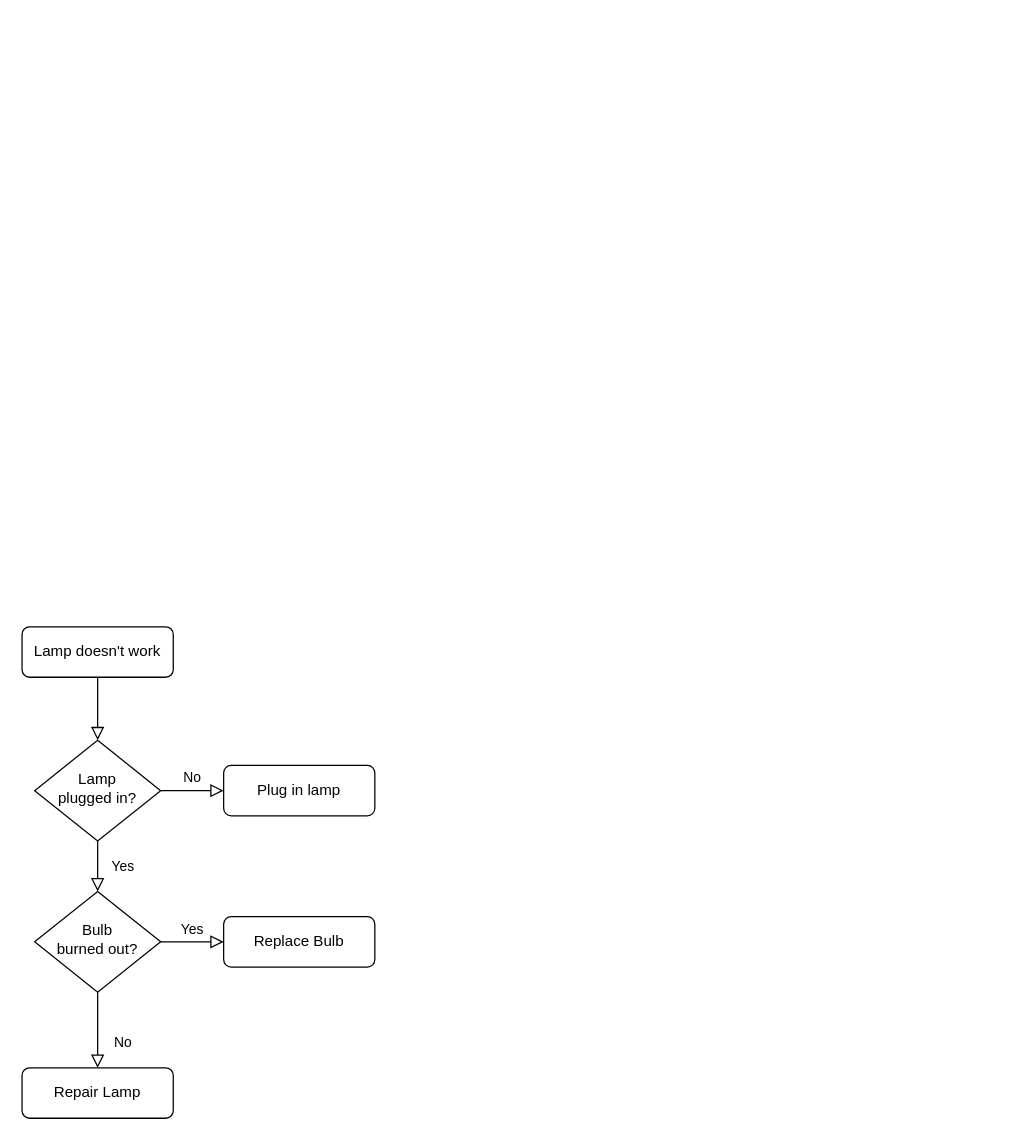
The draw.io diagram 红壹-V0.4.4-外协质检.drawio in 171437912/drawfiles, before the edit. Source tidied: cells renumbered, new cells numbered last; positions are measured from the earlier drawing's top-left corner, leaving out a move shared by most shapes. Both pictures are drawn from the tidied source at 126%, with x=0, y=0 at pixel (21, 626).
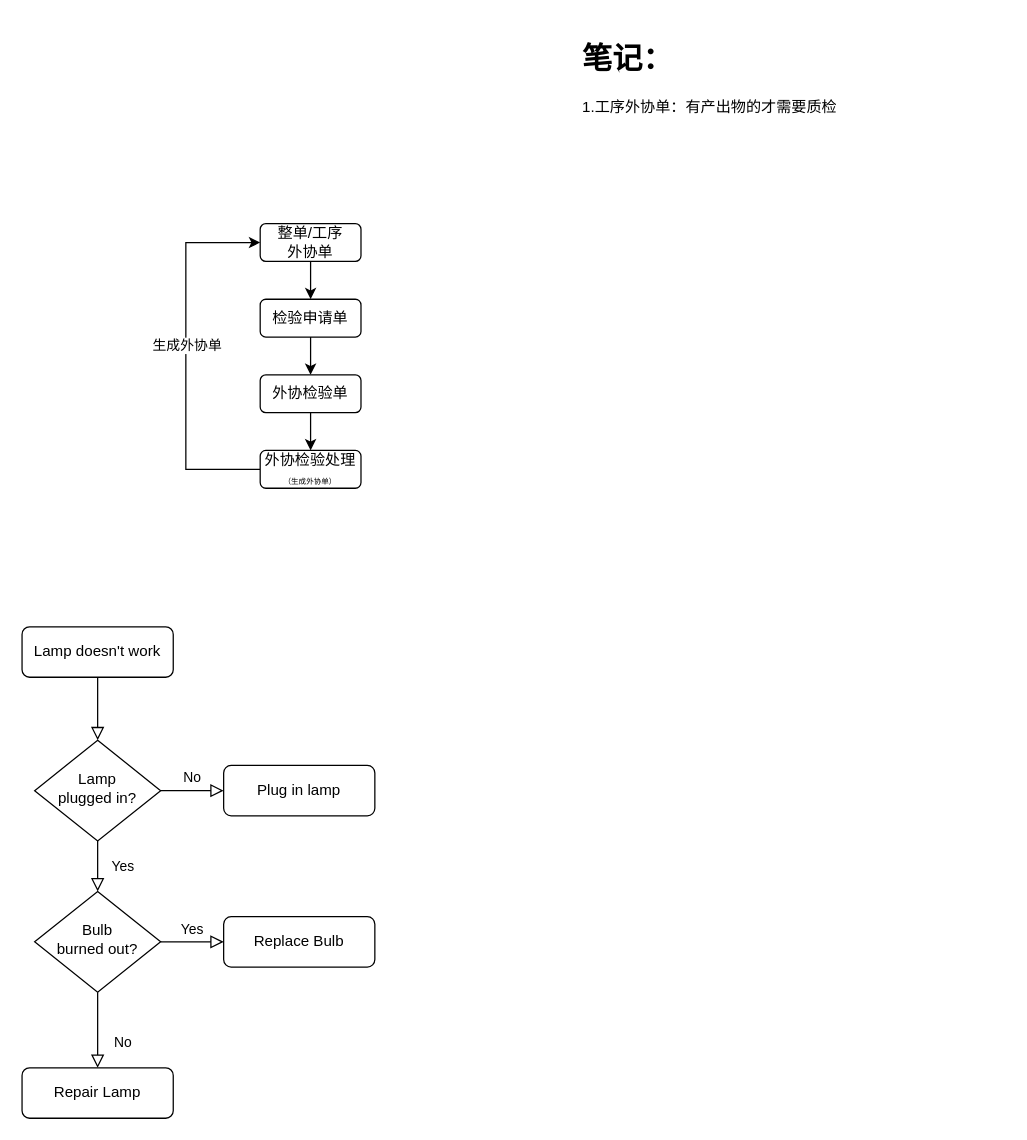
Above is the later version.

Commit message:
更新红壹-V0.4.4-外协质检.drawio

Change to the diagram source:
```diff
@@
+    <mxCell id="13" style="edgeStyle=orthogonalEdgeStyle;rounded=0;jettySize=auto;html=1;" parent="1" edge="1" source="14" target="18">
+      <mxGeometry relative="1" as="geometry" />
+    </mxCell>
+    <mxCell id="14" value="检验申请单" style="rounded=1;whiteSpace=wrap;html=1;fontSize=12;glass=0;strokeWidth=1;shadow=0;" parent="1" vertex="1">
+      <mxGeometry x="189" y="-260" width="80" height="30" as="geometry" />
+    </mxCell>
+    <mxCell id="15" style="edgeStyle=orthogonalEdgeStyle;rounded=0;jettySize=auto;html=1;entryX=0.5;entryY=0;entryDx=0;entryDy=0;" parent="1" edge="1" source="16" target="14">
+      <mxGeometry relative="1" as="geometry" />
+    </mxCell>
+    <mxCell id="16" value="整单/工序&lt;br&gt;外协单" style="rounded=1;whiteSpace=wrap;html=1;fontSize=12;glass=0;strokeWidth=1;shadow=0;" parent="1" vertex="1">
+      <mxGeometry x="189" y="-320" width="80" height="30" as="geometry" />
+    </mxCell>
+    <mxCell id="17" style="edgeStyle=orthogonalEdgeStyle;rounded=0;jettySize=auto;html=1;" parent="1" edge="1" source="18" target="21">
+      <mxGeometry relative="1" as="geometry" />
+    </mxCell>
+    <mxCell id="18" value="外协检验单" style="rounded=1;whiteSpace=wrap;html=1;fontSize=12;glass=0;strokeWidth=1;shadow=0;" parent="1" vertex="1">
+      <mxGeometry x="189" y="-200" width="80" height="30" as="geometry" />
+    </mxCell>
+    <mxCell id="19" style="edgeStyle=orthogonalEdgeStyle;rounded=0;jettySize=auto;html=1;exitX=0;exitY=0.5;exitDx=0;exitDy=0;" parent="1" edge="1" source="21" target="16">
+      <mxGeometry relative="1" as="geometry">
+        <Array as="points">
+          <mxPoint x="130" y="-125" />
+          <mxPoint x="130" y="-305" />
+        </Array>
+      </mxGeometry>
+    </mxCell>
+    <mxCell id="20" value="生成外协单" style="edgeLabel;html=1;align=center;verticalAlign=middle;" parent="19" vertex="1">
+      <mxGeometry x="0.06" relative="1" as="geometry" />
+    </mxCell>
+    <mxCell id="21" value="外协检验处理&lt;br&gt;&lt;font style=&quot;font-size: 6px;&quot;&gt;（生成外协单）&lt;/font&gt;" style="rounded=1;whiteSpace=wrap;html=1;fontSize=12;glass=0;strokeWidth=1;shadow=0;" parent="1" vertex="1">
+      <mxGeometry x="189" y="-140" width="80" height="30" as="geometry" />
+    </mxCell>
+    <mxCell id="22" value="&lt;h1&gt;笔记：&lt;/h1&gt;&lt;div&gt;1.工序外协单：有产出物的才需要质检&lt;/div&gt;" style="text;html=1;strokeColor=none;fillColor=none;spacing=5;spacingTop=-20;whiteSpace=wrap;overflow=hidden;rounded=0;" parent="1" vertex="1">
+      <mxGeometry x="440" y="-470" width="340" height="120" as="geometry" />
+    </mxCell>
```
